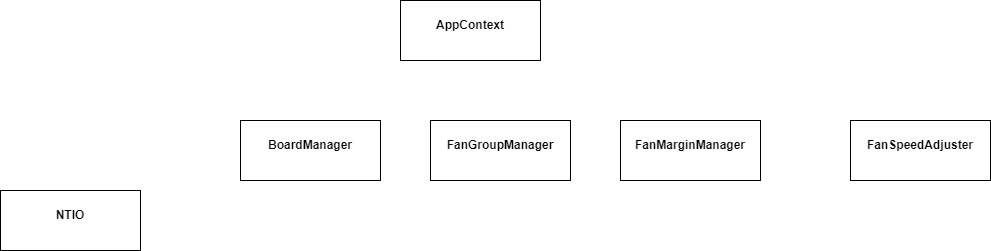
The draw.io diagram UML/eqpt.png in Steve888888/FN-Redundancy, before a commit. Source tidied: cells renumbered, new cells last; positions are measured from the earlier drawing's top-left corner, leaving out a move shared by most shapes.
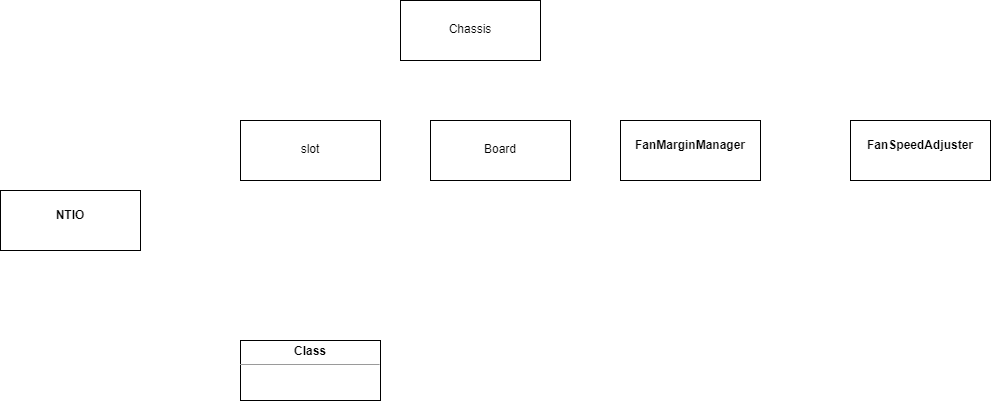
Later version of the same file.

Change to the diagram source:
```diff
@@ -5,13 +5,13 @@
     <mxCell id="2" value="&lt;p style=&quot;margin: 0px ; margin-top: 4px ; text-align: center&quot;&gt;&lt;br&gt;&lt;b&gt;NTIO&lt;/b&gt;&lt;/p&gt;" style="verticalAlign=top;align=left;overflow=fill;fontSize=12;fontFamily=Helvetica;html=1;" parent="1" vertex="1">
       <mxGeometry y="190" width="140" height="60" as="geometry" />
     </mxCell>
-    <mxCell id="3" value="&lt;p style=&quot;margin: 0px ; margin-top: 4px ; text-align: center&quot;&gt;&lt;br&gt;&lt;b&gt;AppContext&lt;/b&gt;&lt;/p&gt;" style="verticalAlign=top;align=left;overflow=fill;fontSize=12;fontFamily=Helvetica;html=1;" parent="1" vertex="1">
+    <mxCell id="3" value="&lt;p style=&quot;margin: 0px ; margin-top: 4px ; text-align: center&quot;&gt;&lt;br&gt;&lt;/p&gt;&lt;p style=&quot;margin: 0px ; margin-top: 4px ; text-align: center&quot;&gt;Chassis&lt;/p&gt;" style="verticalAlign=top;align=left;overflow=fill;fontSize=12;fontFamily=Helvetica;html=1;" parent="1" vertex="1">
       <mxGeometry x="400" width="140" height="60" as="geometry" />
     </mxCell>
-    <mxCell id="4" value="&lt;p style=&quot;margin: 0px ; margin-top: 4px ; text-align: center&quot;&gt;&lt;br&gt;&lt;b&gt;BoardManager&lt;/b&gt;&lt;br&gt;&lt;/p&gt;" style="verticalAlign=top;align=left;overflow=fill;fontSize=12;fontFamily=Helvetica;html=1;" parent="1" vertex="1">
+    <mxCell id="4" value="&lt;p style=&quot;margin: 0px ; margin-top: 4px ; text-align: center&quot;&gt;&lt;br&gt;&lt;/p&gt;&lt;p style=&quot;margin: 0px ; margin-top: 4px ; text-align: center&quot;&gt;slot&lt;/p&gt;" style="verticalAlign=top;align=left;overflow=fill;fontSize=12;fontFamily=Helvetica;html=1;" parent="1" vertex="1">
       <mxGeometry x="240" y="120" width="140" height="60" as="geometry" />
     </mxCell>
-    <mxCell id="5" value="&lt;p style=&quot;margin: 0px ; margin-top: 4px ; text-align: center&quot;&gt;&lt;br&gt;&lt;b&gt;FanGroupManager&lt;/b&gt;&lt;br&gt;&lt;/p&gt;" style="verticalAlign=top;align=left;overflow=fill;fontSize=12;fontFamily=Helvetica;html=1;" parent="1" vertex="1">
+    <mxCell id="5" value="&lt;p style=&quot;margin: 0px ; margin-top: 4px ; text-align: center&quot;&gt;&lt;br&gt;&lt;/p&gt;&lt;p style=&quot;margin: 4px 0px 0px ; text-align: center&quot;&gt;Board&lt;/p&gt;&lt;p style=&quot;margin: 4px 0px 0px ; text-align: center&quot;&gt;&lt;br&gt;&lt;/p&gt;" style="verticalAlign=top;align=left;overflow=fill;fontSize=12;fontFamily=Helvetica;html=1;" parent="1" vertex="1">
       <mxGeometry x="430" y="120" width="140" height="60" as="geometry" />
     </mxCell>
     <mxCell id="6" value="&lt;p style=&quot;margin: 0px ; margin-top: 4px ; text-align: center&quot;&gt;&lt;br&gt;&lt;b&gt;FanMarginManager&lt;/b&gt;&lt;br&gt;&lt;/p&gt;" style="verticalAlign=top;align=left;overflow=fill;fontSize=12;fontFamily=Helvetica;html=1;" parent="1" vertex="1">
@@ -20,5 +20,8 @@
     <mxCell id="7" value="&lt;p style=&quot;margin: 0px ; margin-top: 4px ; text-align: center&quot;&gt;&lt;br&gt;&lt;b&gt;FanSpeedAdjuster&lt;/b&gt;&lt;br&gt;&lt;/p&gt;" style="verticalAlign=top;align=left;overflow=fill;fontSize=12;fontFamily=Helvetica;html=1;" parent="1" vertex="1">
       <mxGeometry x="850" y="120" width="140" height="60" as="geometry" />
     </mxCell>
+    <mxCell id="8" value="&lt;p style=&quot;margin:0px;margin-top:4px;text-align:center;&quot;&gt;&lt;b&gt;Class&lt;/b&gt;&lt;/p&gt;&lt;hr size=&quot;1&quot;/&gt;&lt;div style=&quot;height:2px;&quot;&gt;&lt;/div&gt;" style="verticalAlign=top;align=left;overflow=fill;fontSize=12;fontFamily=Helvetica;html=1;" parent="1" vertex="1">
+      <mxGeometry x="240" y="340" width="140" height="60" as="geometry" />
+    </mxCell>
   </root>
 </mxGraphModel>
```
